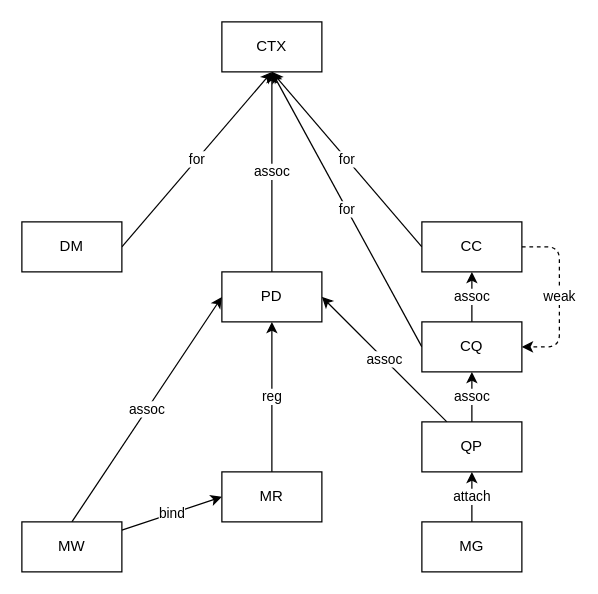
Above: docs/ref.drawio in Nugine/rdma (draw.io), before the change. Source tidied: cells renumbered, new cells numbered last; positions are measured from the earlier drawing's top-left corner, leaving out a move shared by most shapes. Both pictures are drawn from the tidied source at 125%, with x=0, y=0 at pixel (21, 21).
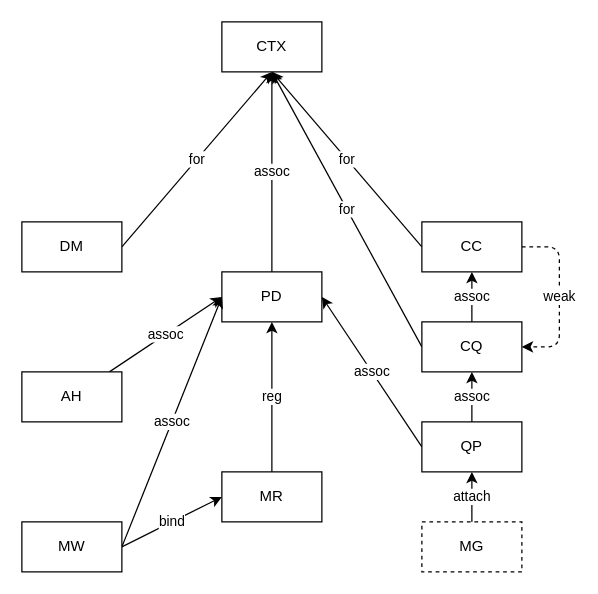
Above is the later version.

The change refers to these unchanged cells:
```xml
<mxCell id="4" value="PD" style="rounded=0;whiteSpace=wrap;html=1;" parent="1" vertex="1">
  <mxGeometry x="160" y="200" width="80" height="40" as="geometry" />
</mxCell>
<mxCell id="6" value="MR" style="rounded=0;whiteSpace=wrap;html=1;" parent="1" vertex="1">
  <mxGeometry x="160" y="360" width="80" height="40" as="geometry" />
</mxCell>
<mxCell id="9" value="MW" style="rounded=0;whiteSpace=wrap;html=1;" parent="1" vertex="1">
  <mxGeometry y="400" width="80" height="40" as="geometry" />
</mxCell>
<mxCell id="18" value="QP" style="rounded=0;whiteSpace=wrap;html=1;" parent="1" vertex="1">
  <mxGeometry x="320" y="320" width="80" height="40" as="geometry" />
</mxCell>
```

Change to the diagram source:
```diff
@@
-    <mxCell id="7" value="bind" style="edgeStyle=none;html=1;entryX=0;entryY=0.5;entryDx=0;entryDy=0;" parent="1" edge="1" source="9" target="6">
+    <mxCell id="7" value="bind" style="edgeStyle=none;html=1;entryX=0;entryY=0.5;entryDx=0;entryDy=0;exitX=1;exitY=0.5;exitDx=0;exitDy=0;" parent="1" edge="1" source="9" target="6">
       <mxGeometry relative="1" as="geometry" />
     </mxCell>
-    <mxCell id="8" value="assoc" style="edgeStyle=none;html=1;exitX=0.5;exitY=0;exitDx=0;exitDy=0;entryX=0;entryY=0.5;entryDx=0;entryDy=0;" parent="1" edge="1" source="9" target="4">
-      <mxGeometry relative="1" as="geometry" />
+    <mxCell id="8" value="assoc" style="edgeStyle=none;html=1;entryX=0;entryY=0.5;entryDx=0;entryDy=0;" parent="1" edge="1" target="4">
+      <mxGeometry relative="1" as="geometry">
+        <mxPoint x="80" y="420" as="sourcePoint" />
+      </mxGeometry>
     </mxCell>
@@
-    <mxCell id="16" value="assoc" style="edgeStyle=none;html=1;entryX=1;entryY=0.5;entryDx=0;entryDy=0;" parent="1" edge="1" source="18" target="4">
+    <mxCell id="16" value="assoc" style="edgeStyle=none;html=1;entryX=1;entryY=0.5;entryDx=0;entryDy=0;exitX=0;exitY=0.5;exitDx=0;exitDy=0;" parent="1" edge="1" source="18" target="4">
       <mxGeometry relative="1" as="geometry" />
     </mxCell>
@@
-    <mxCell id="20" value="MG" style="rounded=0;whiteSpace=wrap;html=1;" parent="1" vertex="1">
+    <mxCell id="20" value="MG" style="rounded=0;whiteSpace=wrap;html=1;dashed=1;" parent="1" vertex="1">
       <mxGeometry x="320" y="400" width="80" height="40" as="geometry" />
     </mxCell>
@@
+    <mxCell id="23" value="assoc" style="edgeStyle=none;html=1;entryX=0;entryY=0.5;entryDx=0;entryDy=0;" parent="1" edge="1" source="24" target="4">
+      <mxGeometry relative="1" as="geometry" />
+    </mxCell>
+    <mxCell id="24" value="AH" style="rounded=0;whiteSpace=wrap;html=1;" parent="1" vertex="1">
+      <mxGeometry y="280" width="80" height="40" as="geometry" />
+    </mxCell>
```
